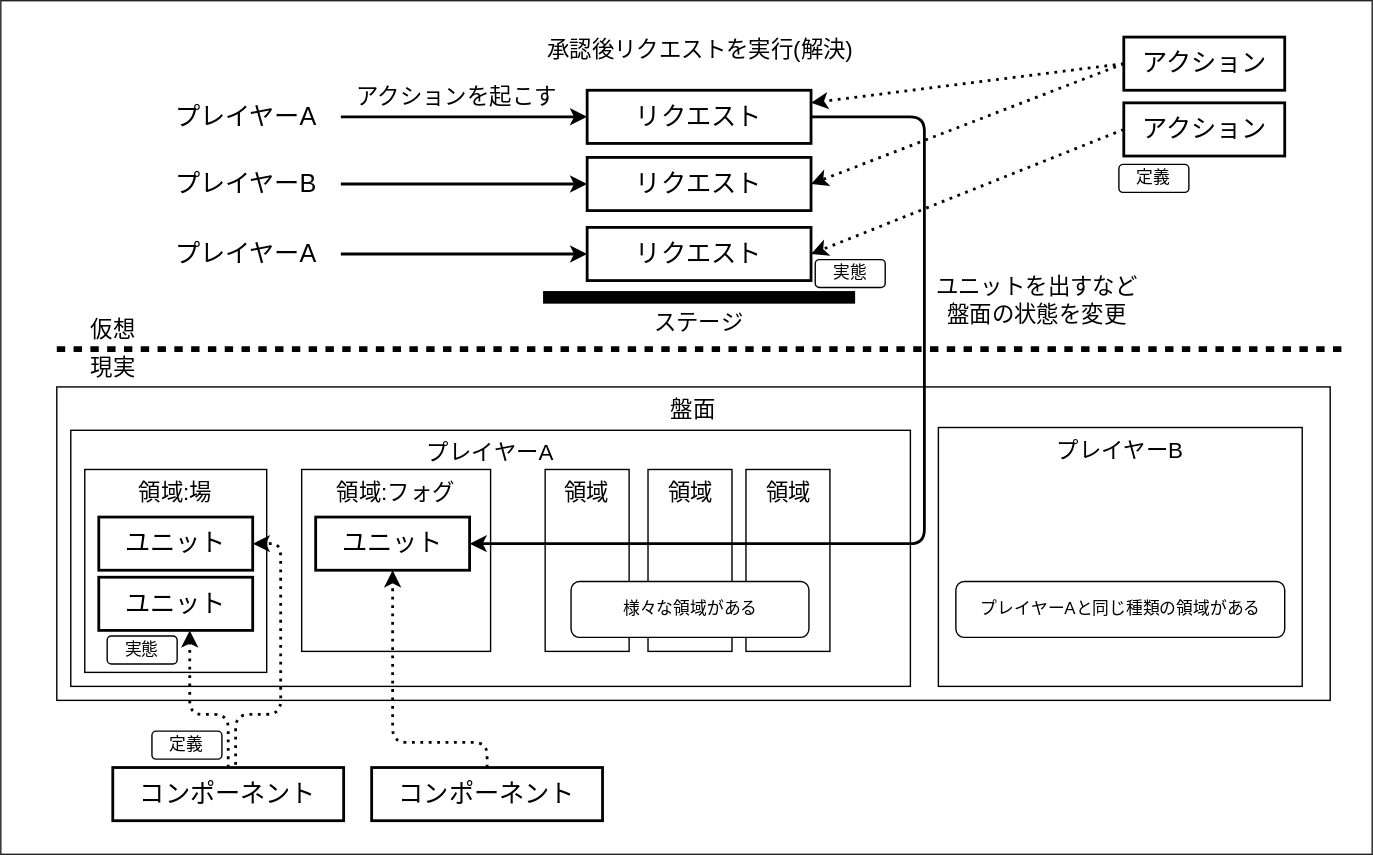
The draw.io diagram source/common/images/abstract_editable_fixed.drawio.svg in BlackPoker/BlackPoker, before a commit. Source tidied: cells renumbered, new cells last; positions are measured from the earlier drawing's top-left corner, leaving out a move shared by most shapes. The source it was exported from:
```xml
<mxGraphModel>
  <root>
    <mxCell id="0" />
    <mxCell id="1" parent="0" />
    <mxCell id="2" style="rounded=0;whiteSpace=wrap;html=1;strokeColor=#222222;fillColor=none;" parent="1" vertex="1">
      <mxGeometry width="980" height="610" as="geometry" />
    </mxCell>
    <mxCell id="3" value="プレイヤーA" style="text;html=1;align=left;verticalAlign=middle;whiteSpace=wrap;rounded=0;fontSize=18;" parent="1" vertex="1">
      <mxGeometry x="123" y="63" width="120" height="40" as="geometry" />
    </mxCell>
    <mxCell id="4" value="プレイヤーB" style="text;html=1;align=left;verticalAlign=middle;whiteSpace=wrap;rounded=0;fontSize=18;" parent="1" vertex="1">
      <mxGeometry x="123" y="111" width="120" height="40" as="geometry" />
    </mxCell>
    <mxCell id="5" value="プレイヤーA" style="text;html=1;align=left;verticalAlign=middle;whiteSpace=wrap;rounded=0;fontSize=18;" parent="1" vertex="1">
      <mxGeometry x="123" y="161" width="120" height="40" as="geometry" />
    </mxCell>
    <mxCell id="6" value="アクションを起こす" style="text;html=1;align=center;verticalAlign=middle;whiteSpace=wrap;rounded=0;fontSize=16;" parent="1" vertex="1">
      <mxGeometry x="246" y="53" width="160" height="30" as="geometry" />
    </mxCell>
    <mxCell id="7" value="リクエスト" style="rounded=0;whiteSpace=wrap;html=1;strokeWidth=2;fontSize=18;" parent="1" vertex="1">
      <mxGeometry x="419" y="64" width="160" height="38" as="geometry" />
    </mxCell>
    <mxCell id="8" style="whiteSpace=wrap;html=1;strokeWidth=3;fillColor=#000000;strokeColor=#000000;" parent="1" vertex="1">
      <mxGeometry x="389" y="209" width="220" height="6" as="geometry" />
    </mxCell>
    <mxCell id="9" value="ステージ" style="text;html=1;align=center;verticalAlign=middle;whiteSpace=wrap;rounded=0;fontSize=16;" parent="1" vertex="1">
      <mxGeometry x="439" y="215" width="120" height="30" as="geometry" />
    </mxCell>
    <mxCell id="10" style="endArrow=classic;html=1;strokeWidth=2;exitX=1;exitY=0.5;exitDx=0;exitDy=0;" parent="1" edge="1" source="3" target="7">
      <mxGeometry relative="1" as="geometry" />
    </mxCell>
    <mxCell id="11" style="endArrow=classic;html=1;strokeWidth=2;entryX=0;entryY=0.5;entryDx=0;entryDy=0;" parent="1" edge="1" source="4" target="18">
      <mxGeometry relative="1" as="geometry" />
    </mxCell>
    <mxCell id="12" style="endArrow=classic;html=1;strokeWidth=2;entryX=0;entryY=0.5;entryDx=0;entryDy=0;" parent="1" edge="1" source="5" target="19">
      <mxGeometry relative="1" as="geometry" />
    </mxCell>
    <mxCell id="13" value="承認後リクエストを実行(解決)" style="text;html=1;align=center;verticalAlign=middle;whiteSpace=wrap;rounded=0;fontSize=16;" parent="1" vertex="1">
      <mxGeometry x="370" y="20" width="260" height="30" as="geometry" />
    </mxCell>
    <mxCell id="14" style="whiteSpace=wrap;html=1;strokeWidth=2;dashed=1;" parent="1" vertex="1">
      <mxGeometry x="40" y="248" width="920" height="2" as="geometry" />
    </mxCell>
    <mxCell id="15" value="仮想" style="text;html=1;align=center;verticalAlign=middle;fontSize=16;" parent="1" vertex="1">
      <mxGeometry x="50" y="225" width="60" height="20" as="geometry" />
    </mxCell>
    <mxCell id="16" value="盤面" style="whiteSpace=wrap;html=1;verticalAlign=top;fontStyle=0;fontSize=16;" parent="1" vertex="1">
      <mxGeometry x="40" y="276" width="910" height="224" as="geometry" />
    </mxCell>
    <mxCell id="17" value="&lt;div&gt;ユニットを出すなど&lt;/div&gt;盤面の状態を変更" style="text;html=1;align=center;verticalAlign=middle;fontSize=16;" parent="1" vertex="1">
      <mxGeometry x="660" y="185" width="160" height="58" as="geometry" />
    </mxCell>
    <mxCell id="18" value="リクエスト" style="rounded=0;whiteSpace=wrap;html=1;strokeWidth=2;fontSize=18;" parent="1" vertex="1">
      <mxGeometry x="419" y="112" width="160" height="38" as="geometry" />
    </mxCell>
    <mxCell id="19" value="リクエスト" style="rounded=0;whiteSpace=wrap;html=1;strokeWidth=2;fontSize=18;" parent="1" vertex="1">
      <mxGeometry x="419" y="162" width="160" height="38" as="geometry" />
    </mxCell>
    <mxCell id="20" value="プレイヤーB" style="whiteSpace=wrap;html=1;verticalAlign=top;fontStyle=0;fontSize=16;" parent="1" vertex="1">
      <mxGeometry x="670" y="305" width="260" height="185" as="geometry" />
    </mxCell>
    <mxCell id="21" value="プレイヤーA" style="whiteSpace=wrap;html=1;verticalAlign=top;fontStyle=0;fontSize=16;" parent="1" vertex="1">
      <mxGeometry x="50" y="307" width="600" height="183" as="geometry" />
    </mxCell>
    <mxCell id="22" value="領域:場" style="whiteSpace=wrap;html=1;verticalAlign=top;fontStyle=0;fontSize=16;" parent="1" vertex="1">
      <mxGeometry x="60" y="335" width="130" height="145" as="geometry" />
    </mxCell>
    <mxCell id="23" value="領域:フォグ" style="whiteSpace=wrap;html=1;verticalAlign=top;fontStyle=0;fontSize=16;" parent="1" vertex="1">
      <mxGeometry x="215" y="335" width="135" height="130" as="geometry" />
    </mxCell>
    <mxCell id="24" value="領域" style="whiteSpace=wrap;html=1;verticalAlign=top;fontStyle=0;fontSize=16;" parent="1" vertex="1">
      <mxGeometry x="462.5" y="335" width="60" height="130" as="geometry" />
    </mxCell>
    <mxCell id="25" value="ユニット" style="rounded=0;whiteSpace=wrap;html=1;strokeWidth=2;fontSize=18;" parent="1" vertex="1">
      <mxGeometry x="70" y="369" width="110" height="38" as="geometry" />
    </mxCell>
    <mxCell id="26" value="ユニット" style="rounded=0;whiteSpace=wrap;html=1;strokeWidth=2;fontSize=18;" parent="1" vertex="1">
      <mxGeometry x="70" y="412" width="110" height="38" as="geometry" />
    </mxCell>
    <mxCell id="27" value="領域" style="whiteSpace=wrap;html=1;verticalAlign=top;fontStyle=0;fontSize=16;" parent="1" vertex="1">
      <mxGeometry x="532.5" y="335" width="60" height="130" as="geometry" />
    </mxCell>
    <mxCell id="28" value="ユニット" style="rounded=0;whiteSpace=wrap;html=1;strokeWidth=2;fontSize=18;" parent="1" vertex="1">
      <mxGeometry x="225" y="369" width="110" height="38" as="geometry" />
    </mxCell>
    <mxCell id="29" value="プレイヤーAと同じ種類の領域がある" style="whiteSpace=wrap;html=1;gradientColor=none;rounded=1;" parent="1" vertex="1">
      <mxGeometry x="682.5" y="415" width="235" height="40" as="geometry" />
    </mxCell>
    <mxCell id="30" style="endArrow=classic;html=1;strokeWidth=2;entryX=1;entryY=0.5;entryDx=0;entryDy=0;exitX=0.532;exitY=0.105;exitDx=0;exitDy=0;exitPerimeter=0;edgeStyle=orthogonalEdgeStyle;dashed=1;dashPattern=1 2;" parent="1" edge="1" source="31" target="25">
      <mxGeometry relative="1" as="geometry">
        <Array as="points">
          <mxPoint x="168" y="510" />
          <mxPoint x="200" y="510" />
          <mxPoint x="200" y="388" />
        </Array>
      </mxGeometry>
    </mxCell>
    <mxCell id="31" value="コンポーネント" style="rounded=0;whiteSpace=wrap;html=1;strokeWidth=2;fontSize=18;" parent="1" vertex="1">
      <mxGeometry x="80" y="548" width="165" height="38" as="geometry" />
    </mxCell>
    <mxCell id="32" style="endArrow=classic;html=1;strokeWidth=2;entryX=0.591;entryY=1;entryDx=0;entryDy=0;exitX=0.5;exitY=0;exitDx=0;exitDy=0;entryPerimeter=0;edgeStyle=orthogonalEdgeStyle;dashed=1;dashPattern=1 2;" parent="1" edge="1" source="31" target="26">
      <mxGeometry relative="1" as="geometry">
        <Array as="points">
          <mxPoint x="163" y="510" />
          <mxPoint x="135" y="510" />
        </Array>
      </mxGeometry>
    </mxCell>
    <mxCell id="33" value="実態" style="rounded=1;whiteSpace=wrap;html=1;" parent="1" vertex="1">
      <mxGeometry x="76" y="454" width="50" height="20" as="geometry" />
    </mxCell>
    <mxCell id="34" value="定義" style="rounded=1;whiteSpace=wrap;html=1;" parent="1" vertex="1">
      <mxGeometry x="108" y="522" width="50" height="20" as="geometry" />
    </mxCell>
    <mxCell id="35" value="コンポーネント" style="rounded=0;whiteSpace=wrap;html=1;strokeWidth=2;fontSize=18;" parent="1" vertex="1">
      <mxGeometry x="265" y="548" width="165" height="38" as="geometry" />
    </mxCell>
    <mxCell id="36" style="endArrow=classic;html=1;strokeWidth=2;entryX=0.5;entryY=1;entryDx=0;entryDy=0;edgeStyle=orthogonalEdgeStyle;exitX=0.5;exitY=0;exitDx=0;exitDy=0;dashed=1;dashPattern=1 2;" parent="1" edge="1" source="35" target="28">
      <mxGeometry relative="1" as="geometry">
        <Array as="points">
          <mxPoint x="348" y="530" />
          <mxPoint x="280" y="530" />
        </Array>
      </mxGeometry>
    </mxCell>
    <mxCell id="37" value="領域" style="whiteSpace=wrap;html=1;verticalAlign=top;fontStyle=0;fontSize=16;" parent="1" vertex="1">
      <mxGeometry x="389" y="335" width="60" height="130" as="geometry" />
    </mxCell>
    <mxCell id="38" value="様々な領域がある" style="whiteSpace=wrap;html=1;gradientColor=none;rounded=1;" parent="1" vertex="1">
      <mxGeometry x="407.5" y="415" width="170" height="40" as="geometry" />
    </mxCell>
    <mxCell id="39" style="edgeStyle=orthogonalEdgeStyle;jettySize=auto;html=1;exitX=1;exitY=0.5;exitDx=0;exitDy=0;strokeWidth=2;" parent="1" edge="1" source="7" target="28">
      <mxGeometry relative="1" as="geometry">
        <Array as="points">
          <mxPoint x="660" y="83" />
          <mxPoint x="660" y="388" />
        </Array>
      </mxGeometry>
    </mxCell>
    <mxCell id="40" value="現実" style="text;html=1;align=center;verticalAlign=middle;fontSize=16;" parent="1" vertex="1">
      <mxGeometry x="50" y="252" width="60" height="20" as="geometry" />
    </mxCell>
    <mxCell id="41" style="html=1;dashed=1;dashPattern=1 2;strokeWidth=2;exitX=0;exitY=0.5;exitDx=0;exitDy=0;" parent="1" edge="1" source="42" target="7">
      <mxGeometry relative="1" as="geometry" />
    </mxCell>
    <mxCell id="42" value="アクション" style="rounded=0;whiteSpace=wrap;html=1;strokeWidth=2;fontSize=18;" parent="1" vertex="1">
      <mxGeometry x="802.5" y="26" width="115" height="38" as="geometry" />
    </mxCell>
    <mxCell id="43" value="アクション" style="rounded=0;whiteSpace=wrap;html=1;strokeWidth=2;fontSize=18;" parent="1" vertex="1">
      <mxGeometry x="802.5" y="73" width="115" height="38" as="geometry" />
    </mxCell>
    <mxCell id="44" style="html=1;dashed=1;dashPattern=1 2;strokeWidth=2;exitX=0;exitY=0.5;exitDx=0;exitDy=0;entryX=1;entryY=0.5;entryDx=0;entryDy=0;" parent="1" edge="1" source="42" target="18">
      <mxGeometry relative="1" as="geometry" />
    </mxCell>
    <mxCell id="45" style="html=1;dashed=1;dashPattern=1 2;strokeWidth=2;exitX=0;exitY=0.5;exitDx=0;exitDy=0;entryX=1;entryY=0.5;entryDx=0;entryDy=0;strokeColor=default;" parent="1" edge="1" source="43" target="19">
      <mxGeometry relative="1" as="geometry" />
    </mxCell>
    <mxCell id="46" value="実態" style="rounded=1;whiteSpace=wrap;html=1;" parent="1" vertex="1">
      <mxGeometry x="582" y="185" width="50" height="20" as="geometry" />
    </mxCell>
    <mxCell id="47" value="定義" style="rounded=1;whiteSpace=wrap;html=1;" parent="1" vertex="1">
      <mxGeometry x="799" y="117" width="50" height="20" as="geometry" />
    </mxCell>
  </root>
</mxGraphModel>
```
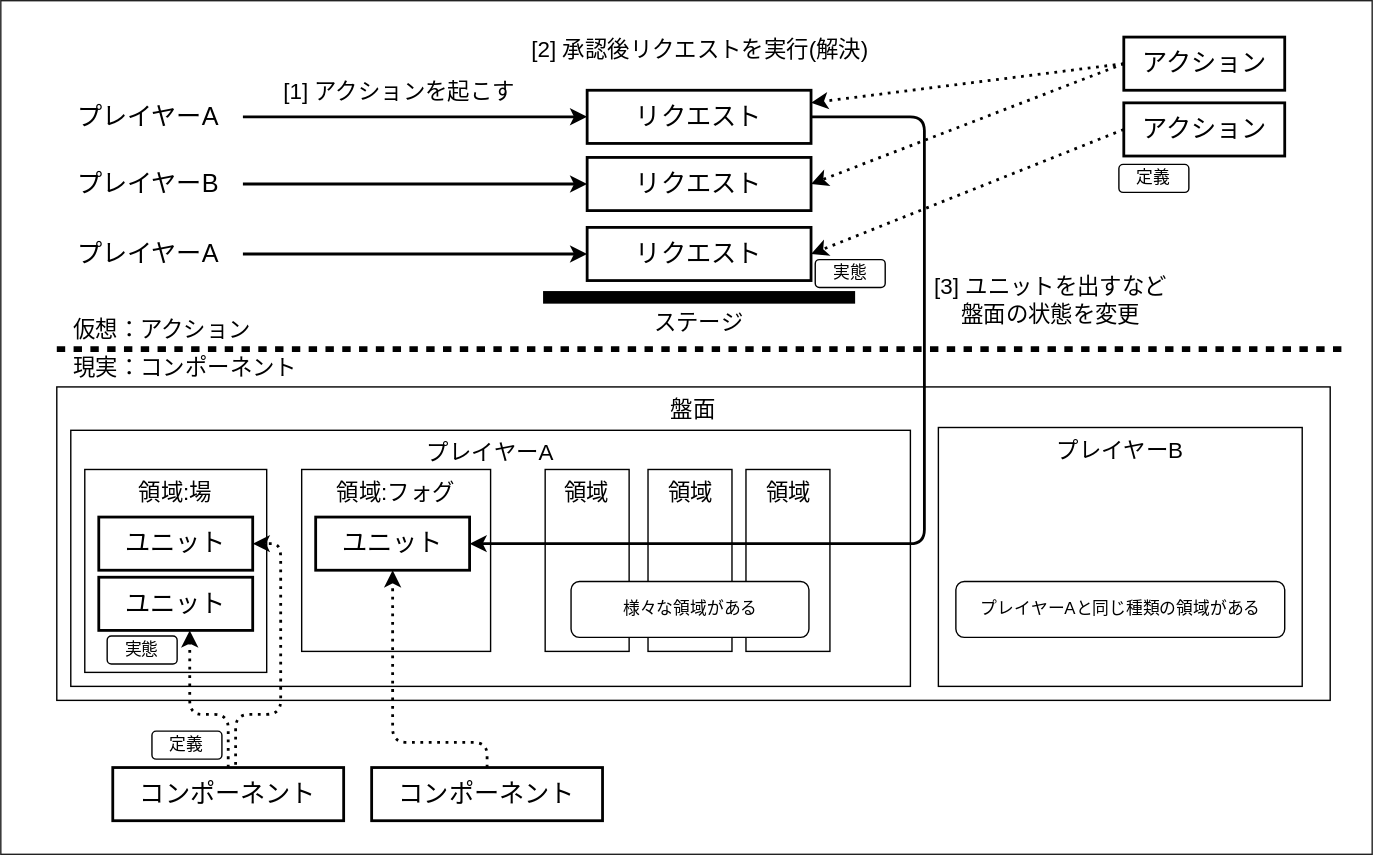
Later version of the same file.

Diff of the diagram source:
```diff
@@ -6,16 +6,16 @@
       <mxGeometry width="980" height="610" as="geometry" />
     </mxCell>
     <mxCell id="3" value="プレイヤーA" style="text;html=1;align=left;verticalAlign=middle;whiteSpace=wrap;rounded=0;fontSize=18;" parent="1" vertex="1">
-      <mxGeometry x="123" y="63" width="120" height="40" as="geometry" />
+      <mxGeometry x="53" y="63" width="120" height="40" as="geometry" />
     </mxCell>
     <mxCell id="4" value="プレイヤーB" style="text;html=1;align=left;verticalAlign=middle;whiteSpace=wrap;rounded=0;fontSize=18;" parent="1" vertex="1">
-      <mxGeometry x="123" y="111" width="120" height="40" as="geometry" />
+      <mxGeometry x="53" y="111" width="120" height="40" as="geometry" />
     </mxCell>
     <mxCell id="5" value="プレイヤーA" style="text;html=1;align=left;verticalAlign=middle;whiteSpace=wrap;rounded=0;fontSize=18;" parent="1" vertex="1">
-      <mxGeometry x="123" y="161" width="120" height="40" as="geometry" />
+      <mxGeometry x="53" y="161" width="120" height="40" as="geometry" />
     </mxCell>
-    <mxCell id="6" value="アクションを起こす" style="text;html=1;align=center;verticalAlign=middle;whiteSpace=wrap;rounded=0;fontSize=16;" parent="1" vertex="1">
-      <mxGeometry x="246" y="53" width="160" height="30" as="geometry" />
+    <mxCell id="6" value="[1] アクションを起こす" style="text;html=1;align=center;verticalAlign=middle;whiteSpace=wrap;rounded=0;fontSize=16;" parent="1" vertex="1">
+      <mxGeometry x="190" y="50" width="190" height="30" as="geometry" />
     </mxCell>
     <mxCell id="7" value="リクエスト" style="rounded=0;whiteSpace=wrap;html=1;strokeWidth=2;fontSize=18;" parent="1" vertex="1">
       <mxGeometry x="419" y="64" width="160" height="38" as="geometry" />
@@ -35,20 +35,20 @@
     <mxCell id="12" style="endArrow=classic;html=1;strokeWidth=2;entryX=0;entryY=0.5;entryDx=0;entryDy=0;" parent="1" edge="1" source="5" target="19">
       <mxGeometry relative="1" as="geometry" />
     </mxCell>
-    <mxCell id="13" value="承認後リクエストを実行(解決)" style="text;html=1;align=center;verticalAlign=middle;whiteSpace=wrap;rounded=0;fontSize=16;" parent="1" vertex="1">
+    <mxCell id="13" value="[2] 承認後リクエストを実行(解決)" style="text;html=1;align=center;verticalAlign=middle;whiteSpace=wrap;rounded=0;fontSize=16;" parent="1" vertex="1">
       <mxGeometry x="370" y="20" width="260" height="30" as="geometry" />
     </mxCell>
     <mxCell id="14" style="whiteSpace=wrap;html=1;strokeWidth=2;dashed=1;" parent="1" vertex="1">
       <mxGeometry x="40" y="248" width="920" height="2" as="geometry" />
     </mxCell>
-    <mxCell id="15" value="仮想" style="text;html=1;align=center;verticalAlign=middle;fontSize=16;" parent="1" vertex="1">
-      <mxGeometry x="50" y="225" width="60" height="20" as="geometry" />
+    <mxCell id="15" value="仮想：アクション" style="text;html=1;align=left;verticalAlign=middle;fontSize=16;" parent="1" vertex="1">
+      <mxGeometry x="50" y="225" width="150" height="20" as="geometry" />
     </mxCell>
     <mxCell id="16" value="盤面" style="whiteSpace=wrap;html=1;verticalAlign=top;fontStyle=0;fontSize=16;" parent="1" vertex="1">
       <mxGeometry x="40" y="276" width="910" height="224" as="geometry" />
     </mxCell>
-    <mxCell id="17" value="&lt;div&gt;ユニットを出すなど&lt;/div&gt;盤面の状態を変更" style="text;html=1;align=center;verticalAlign=middle;fontSize=16;" parent="1" vertex="1">
-      <mxGeometry x="660" y="185" width="160" height="58" as="geometry" />
+    <mxCell id="17" value="&lt;div&gt;[3] ユニットを出すなど&lt;/div&gt;盤面の状態を変更" style="text;html=1;align=center;verticalAlign=middle;fontSize=16;" parent="1" vertex="1">
+      <mxGeometry x="659" y="185" width="181" height="58" as="geometry" />
     </mxCell>
     <mxCell id="18" value="リクエスト" style="rounded=0;whiteSpace=wrap;html=1;strokeWidth=2;fontSize=18;" parent="1" vertex="1">
       <mxGeometry x="419" y="112" width="160" height="38" as="geometry" />
@@ -137,8 +137,8 @@
         </Array>
       </mxGeometry>
     </mxCell>
-    <mxCell id="40" value="現実" style="text;html=1;align=center;verticalAlign=middle;fontSize=16;" parent="1" vertex="1">
-      <mxGeometry x="50" y="252" width="60" height="20" as="geometry" />
+    <mxCell id="40" value="現実：コンポーネント" style="text;html=1;align=left;verticalAlign=middle;fontSize=16;" parent="1" vertex="1">
+      <mxGeometry x="50" y="252" width="140" height="20" as="geometry" />
     </mxCell>
     <mxCell id="41" style="html=1;dashed=1;dashPattern=1 2;strokeWidth=2;exitX=0;exitY=0.5;exitDx=0;exitDy=0;" parent="1" edge="1" source="42" target="7">
       <mxGeometry relative="1" as="geometry" />
```
